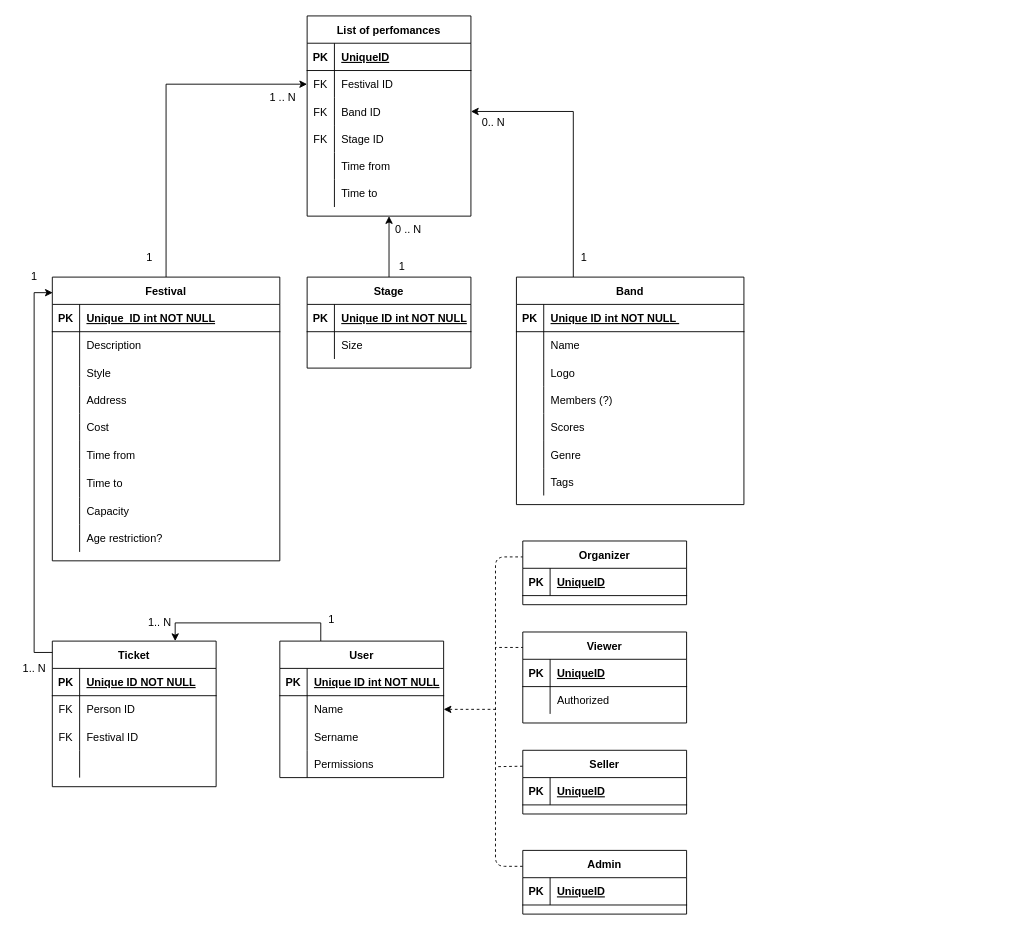
This is docs/diagrams/festival-is-DB.drawio from x00Pavel/festival-IS, a draw.io file, before an edit. Source tidied: cells renumbered, new cells numbered last; positions are measured from the earlier drawing's top-left corner, leaving out a move shared by most shapes. Both pictures are drawn from the tidied source at 91%, with x=0, y=0 at pixel (15, 15).
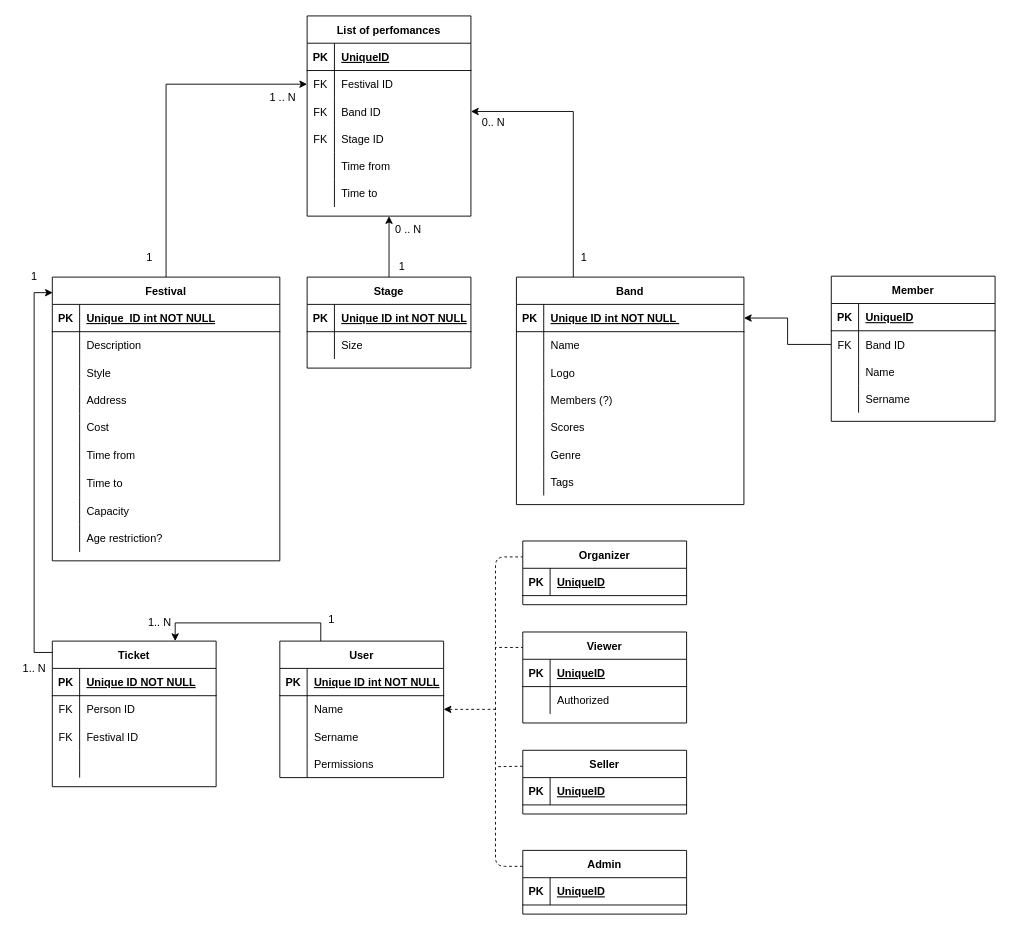
The same page after the edit.

Commit message (it also covers changes not shown here):
Review diagmras ER, DB

Unchanged cells that the change refers to:
```xml
<mxCell id="96" style="shape=partialRectangle;fillColor=none;points=[[0,0.5],[1,0.5]];portConstraint=eastwest;top=0;left=0;right=0;bottom=1;" parent="95" vertex="1">
  <mxGeometry y="30" width="250" height="30" as="geometry" />
</mxCell>
```

Change to the diagram source:
```diff
@@
+    <mxCell id="142" style="edgeStyle=orthogonalEdgeStyle;rounded=0;jettySize=auto;html=1;exitX=0;exitY=0.5;exitDx=0;exitDy=0;entryX=1;entryY=0.5;entryDx=0;entryDy=0;" parent="1" edge="1" source="147" target="96">
+      <mxGeometry relative="1" as="geometry" />
+    </mxCell>
+    <mxCell id="143" value="Member" style="shape=table;startSize=30;childLayout=tableLayout;rowLines=0;fontStyle=1;align=center;" parent="1" vertex="1">
+      <mxGeometry x="896" y="286" width="180" height="159.5" as="geometry" />
+    </mxCell>
+    <mxCell id="144" style="shape=partialRectangle;fillColor=none;top=0;left=0;bottom=1;right=0;" parent="143" vertex="1">
+      <mxGeometry y="30" width="180" height="30" as="geometry" />
+    </mxCell>
+    <mxCell id="145" value="PK" style="shape=partialRectangle;fillColor=none;top=0;left=0;bottom=0;right=0;fontStyle=1;overflow=hidden;" parent="144" vertex="1">
+      <mxGeometry width="30" height="30" as="geometry" />
+    </mxCell>
+    <mxCell id="146" value="UniqueID" style="shape=partialRectangle;fillColor=none;top=0;left=0;bottom=0;right=0;align=left;spacingLeft=6;fontStyle=5;overflow=hidden;" parent="144" vertex="1">
+      <mxGeometry x="30" width="150" height="30" as="geometry" />
+    </mxCell>
+    <mxCell id="147" style="shape=partialRectangle;fillColor=none;top=0;left=0;bottom=0;right=0;points=[[0,0.5],[1,0.5]];portConstraint=eastwest;" parent="143" vertex="1">
+      <mxGeometry y="60" width="180" height="30" as="geometry" />
+    </mxCell>
+    <mxCell id="148" value="FK" style="shape=partialRectangle;fillColor=none;top=0;left=0;bottom=0;right=0;overflow=hidden;" parent="147" vertex="1">
+      <mxGeometry width="30" height="30" as="geometry" />
+    </mxCell>
+    <mxCell id="149" value="Band ID" style="shape=partialRectangle;fillColor=none;top=0;left=0;bottom=0;right=0;align=left;spacingLeft=6;overflow=hidden;" parent="147" vertex="1">
+      <mxGeometry x="30" width="150" height="30" as="geometry" />
+    </mxCell>
+    <mxCell id="150" style="shape=partialRectangle;fillColor=none;top=0;left=0;bottom=0;right=0;" parent="143" vertex="1">
+      <mxGeometry y="90" width="180" height="30" as="geometry" />
+    </mxCell>
+    <mxCell id="151" style="shape=partialRectangle;fillColor=none;top=0;left=0;bottom=0;right=0;overflow=hidden;" parent="150" vertex="1">
+      <mxGeometry width="30" height="30" as="geometry" />
+    </mxCell>
+    <mxCell id="152" value="Name" style="shape=partialRectangle;fillColor=none;top=0;left=0;bottom=0;right=0;align=left;spacingLeft=6;overflow=hidden;" parent="150" vertex="1">
+      <mxGeometry x="30" width="150" height="30" as="geometry" />
+    </mxCell>
+    <mxCell id="153" style="shape=partialRectangle;fillColor=none;top=0;left=0;bottom=0;right=0;" parent="143" vertex="1">
+      <mxGeometry y="120" width="180" height="30" as="geometry" />
+    </mxCell>
+    <mxCell id="154" style="shape=partialRectangle;fillColor=none;top=0;left=0;bottom=0;right=0;overflow=hidden;" parent="153" vertex="1">
+      <mxGeometry width="30" height="30" as="geometry" />
+    </mxCell>
+    <mxCell id="155" value="Sername" style="shape=partialRectangle;fillColor=none;top=0;left=0;bottom=0;right=0;align=left;spacingLeft=6;overflow=hidden;" parent="153" vertex="1">
+      <mxGeometry x="30" width="150" height="30" as="geometry" />
+    </mxCell>
```
